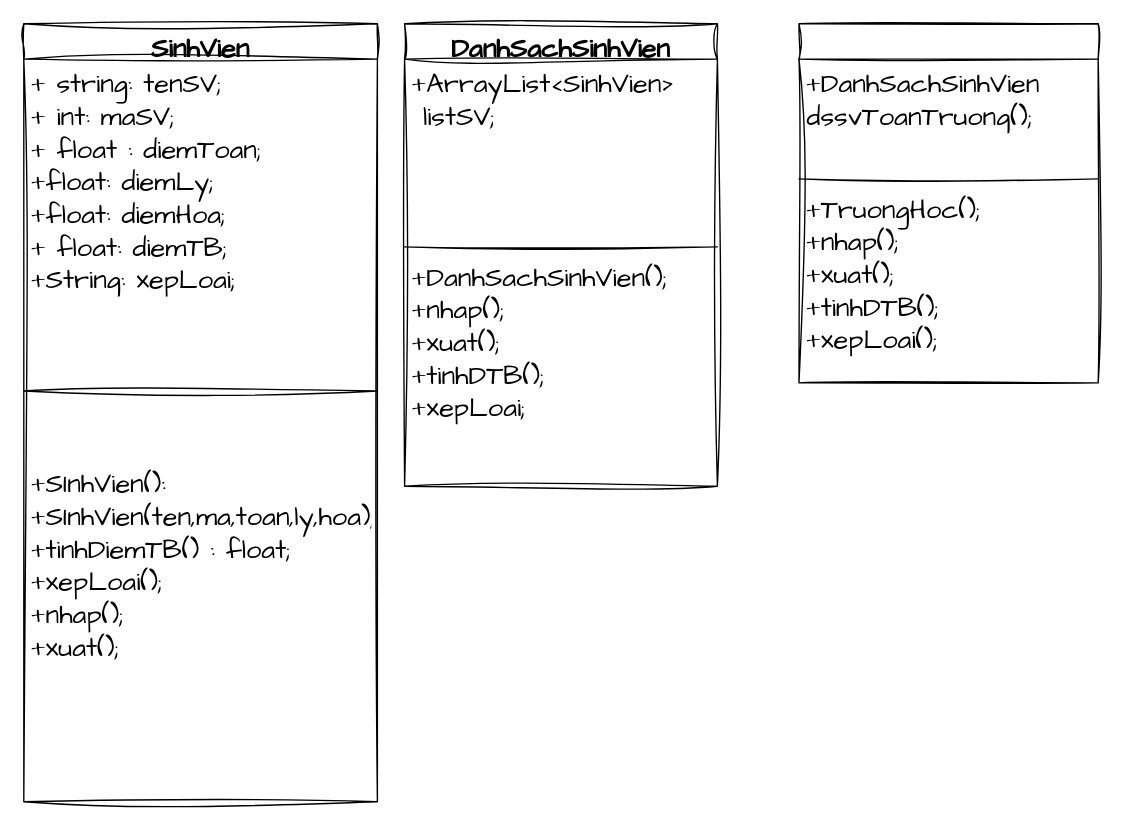
Above: QLSV-ver1.drawio in vohaiyen305/nhap-mon-cntt (draw.io), before the change. Source tidied: cells renumbered, new cells numbered last; positions are measured from the earlier drawing's top-left corner, leaving out a move shared by most shapes. Both pictures are drawn from the tidied source at 136%, with x=0, y=0 at pixel (23, 23).
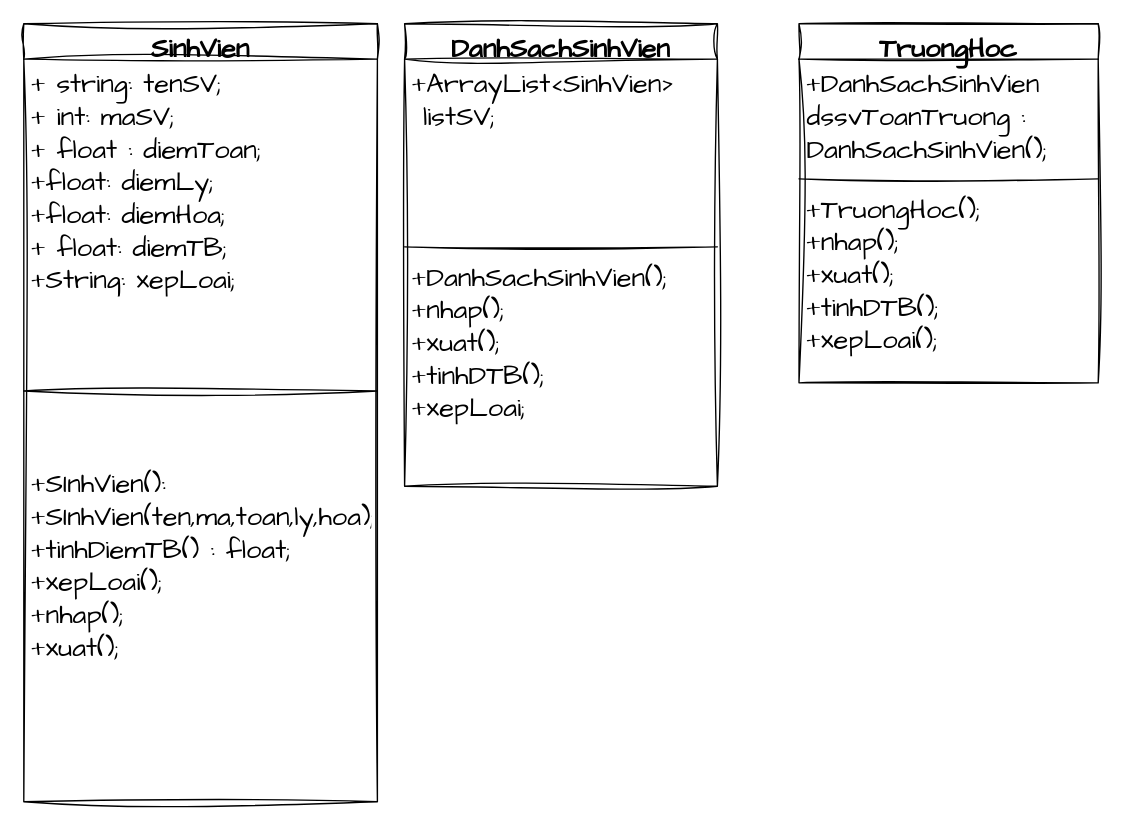
After the change.

Commit message:
Cập nhật QLSV-ver1.drawio

The edit, as a diff of the source:
```diff
@@
 <mxGraphModel>
   <root>
     <mxCell id="0" />
     <mxCell id="1" parent="0" />
     <mxCell id="2" value="SinhVien" style="swimlane;fontStyle=1;align=center;verticalAlign=top;horizontal=1;startSize=26;whiteSpace=wrap;html=1;sketch=1;hachureGap=4;jiggle=2;curveFitting=1;fontFamily=Architects Daughter;fontSize=20;" parent="1" vertex="1">
       <mxGeometry width="260" height="572" as="geometry" />
     </mxCell>
     <mxCell id="3" value="+ string: tenSV;&amp;nbsp;&lt;br&gt;+ int: maSV;&lt;br&gt;+ float : diemToan;&lt;br&gt;+float: diemLy;&lt;br&gt;+float: diemHoa;&lt;br&gt;+ float: diemTB;&lt;br&gt;+String: xepLoai;" style="text;strokeColor=none;fillColor=none;align=left;verticalAlign=top;spacingLeft=4;spacingRight=4;overflow=hidden;whiteSpace=wrap;html=1;fontSize=20;fontFamily=Architects Daughter;" parent="2" vertex="1">
       <mxGeometry y="26" width="260" height="194" as="geometry" />
     </mxCell>
     <mxCell id="4" style="line;strokeWidth=1;fillColor=none;align=left;verticalAlign=middle;spacingTop=-1;spacingLeft=3;spacingRight=3;labelPosition=right;strokeColor=inherit;sketch=1;hachureGap=4;jiggle=2;curveFitting=1;fontFamily=Architects Daughter;fontSize=20;" parent="2" vertex="1">
       <mxGeometry y="220" width="260" height="100" as="geometry" />
     </mxCell>
     <mxCell id="5" value="+SInhVien():&lt;br&gt;+SInhVien(ten,ma,toan,ly,hoa);&lt;br&gt;+tinhDiemTB() : float;&lt;br&gt;+xepLoai();&lt;br&gt;+nhap();&lt;br&gt;+xuat();&lt;br&gt;&amp;nbsp;" style="text;strokeColor=none;fillColor=none;align=left;verticalAlign=top;spacingLeft=4;spacingRight=4;overflow=hidden;whiteSpace=wrap;html=1;fontSize=20;fontFamily=Architects Daughter;" parent="2" vertex="1">
       <mxGeometry y="320" width="260" height="252" as="geometry" />
     </mxCell>
     <mxCell id="6" value="DanhSachSinhVien" style="swimlane;fontStyle=1;align=center;verticalAlign=top;horizontal=1;startSize=26;whiteSpace=wrap;html=1;sketch=1;hachureGap=4;jiggle=2;curveFitting=1;fontFamily=Architects Daughter;fontSize=20;" parent="1" vertex="1">
       <mxGeometry x="280" width="230" height="340" as="geometry" />
     </mxCell>
     <mxCell id="7" value="+ArrayList&amp;lt;SinhVien&amp;gt;&lt;br&gt;&amp;nbsp;listSV;" style="text;strokeColor=none;fillColor=none;align=left;verticalAlign=top;spacingLeft=4;spacingRight=4;overflow=hidden;whiteSpace=wrap;html=1;fontSize=20;fontFamily=Architects Daughter;" parent="6" vertex="1">
       <mxGeometry y="26" width="230" height="134" as="geometry" />
     </mxCell>
     <mxCell id="8" style="line;strokeWidth=1;fillColor=none;align=left;verticalAlign=middle;spacingTop=-1;spacingLeft=3;spacingRight=3;labelPosition=right;strokeColor=inherit;sketch=1;hachureGap=4;jiggle=2;curveFitting=1;fontFamily=Architects Daughter;fontSize=20;" parent="6" vertex="1">
       <mxGeometry y="160" width="230" height="8" as="geometry" />
     </mxCell>
     <mxCell id="9" value="+DanhSachSinhVien();&lt;br&gt;+nhap();&lt;br&gt;+xuat();&lt;br&gt;+tinhDTB();&lt;br&gt;+xepLoai;" style="text;strokeColor=none;fillColor=none;align=left;verticalAlign=top;spacingLeft=4;spacingRight=4;overflow=hidden;whiteSpace=wrap;html=1;fontSize=20;fontFamily=Architects Daughter;" parent="6" vertex="1">
       <mxGeometry y="168" width="230" height="172" as="geometry" />
     </mxCell>
-    <mxCell id="10" style="swimlane;fontStyle=1;align=center;verticalAlign=top;horizontal=1;startSize=26;whiteSpace=wrap;html=1;sketch=1;hachureGap=4;jiggle=2;curveFitting=1;fontFamily=Architects Daughter;fontSize=20;" parent="1" vertex="1">
+    <mxCell id="10" value="TruongHoc&lt;br&gt;" style="swimlane;fontStyle=1;align=center;verticalAlign=top;horizontal=1;startSize=26;whiteSpace=wrap;html=1;sketch=1;hachureGap=4;jiggle=2;curveFitting=1;fontFamily=Architects Daughter;fontSize=20;" parent="1" vertex="1">
       <mxGeometry x="570" width="220" height="264" as="geometry" />
     </mxCell>
-    <mxCell id="11" value="+DanhSachSinhVien dssvToanTruong();" style="text;strokeColor=none;fillColor=none;align=left;verticalAlign=top;spacingLeft=4;spacingRight=4;overflow=hidden;whiteSpace=wrap;html=1;fontSize=20;fontFamily=Architects Daughter;" parent="10" vertex="1">
+    <mxCell id="11" value="+DanhSachSinhVien dssvToanTruong : DanhSachSinhVien();" style="text;strokeColor=none;fillColor=none;align=left;verticalAlign=top;spacingLeft=4;spacingRight=4;overflow=hidden;whiteSpace=wrap;html=1;fontSize=20;fontFamily=Architects Daughter;" parent="10" vertex="1">
       <mxGeometry y="26" width="220" height="84" as="geometry" />
     </mxCell>
     <mxCell id="12" style="line;strokeWidth=1;fillColor=none;align=left;verticalAlign=middle;spacingTop=-1;spacingLeft=3;spacingRight=3;labelPosition=right;strokeColor=inherit;sketch=1;hachureGap=4;jiggle=2;curveFitting=1;fontFamily=Architects Daughter;fontSize=20;" parent="10" vertex="1">
       <mxGeometry y="110" width="220" height="8" as="geometry" />
     </mxCell>
     <mxCell id="13" value="+TruongHoc();&lt;br&gt;+nhap();&lt;br&gt;+xuat();&lt;br&gt;+tinhDTB();&lt;br&gt;+xepLoai();" style="text;strokeColor=none;fillColor=none;align=left;verticalAlign=top;spacingLeft=4;spacingRight=4;overflow=hidden;whiteSpace=wrap;html=1;fontSize=20;fontFamily=Architects Daughter;" parent="10" vertex="1">
       <mxGeometry y="118" width="220" height="146" as="geometry" />
     </mxCell>
   </root>
 </mxGraphModel>
```
